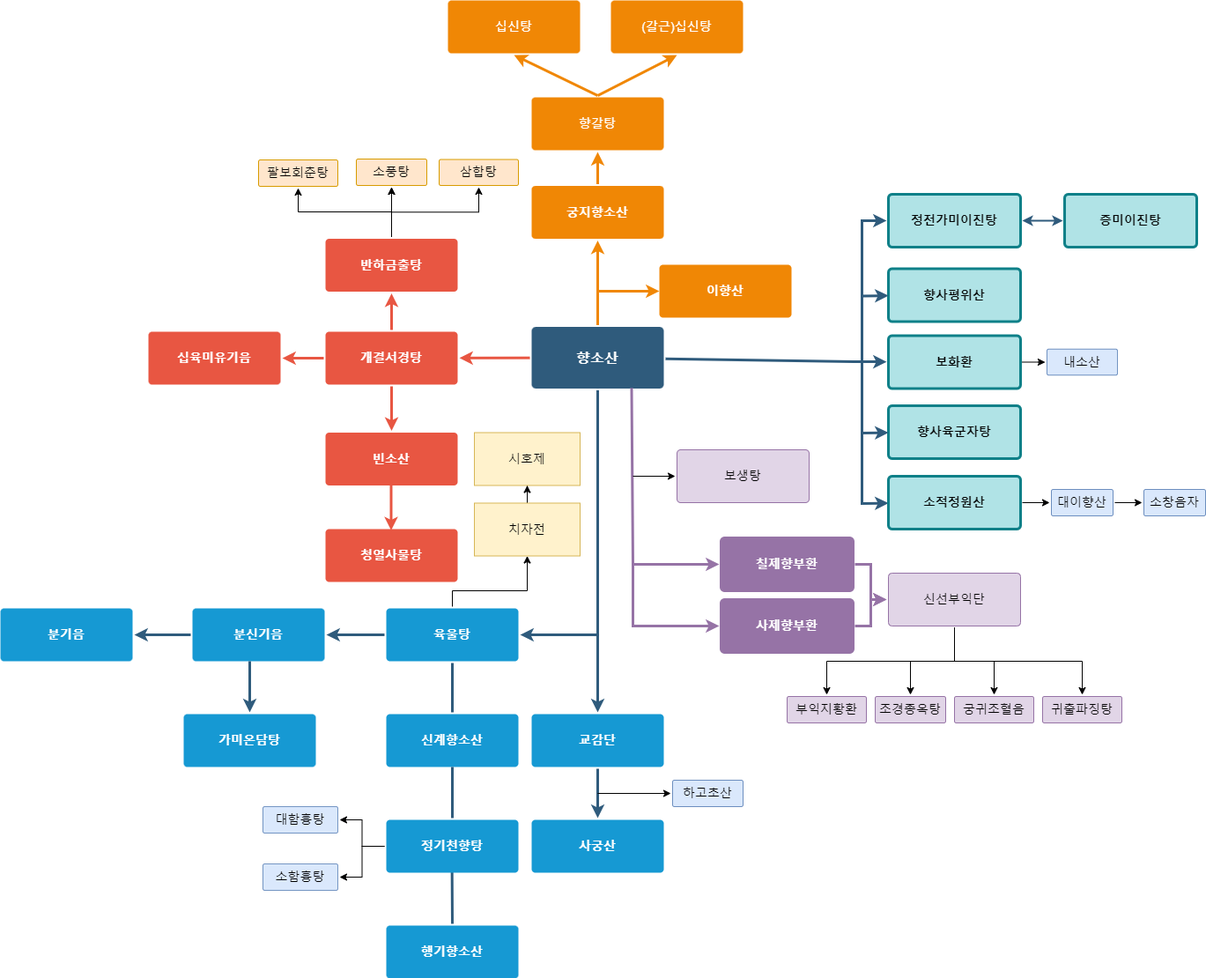
This is 향소산플로우차트.drawio.png from Jinzin71/sparta, a draw.io export, as it was before one commit. Source tidied: cells renumbered, new cells last; positions are measured from the earlier drawing's top-left corner, leaving out a move shared by most shapes.
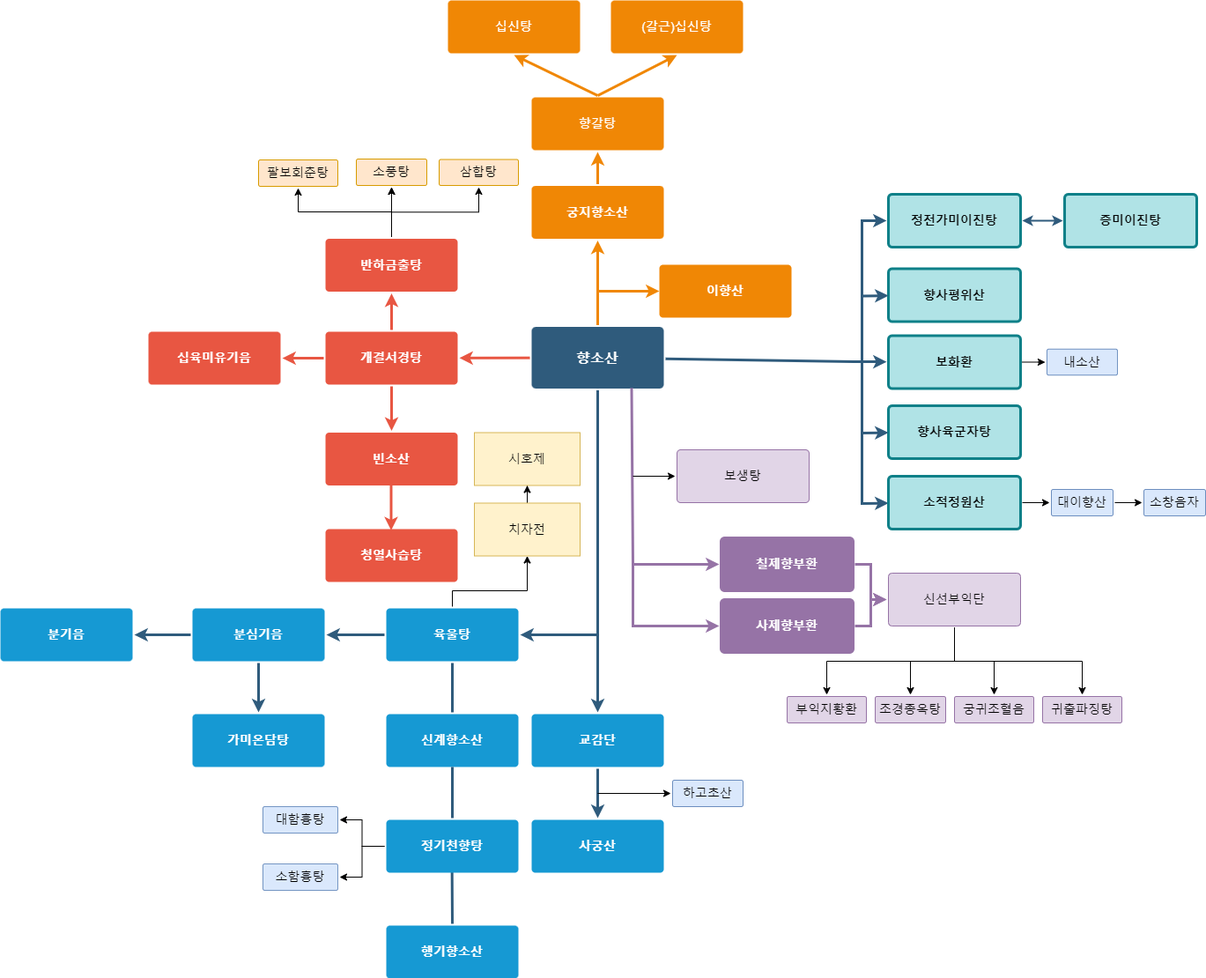
After the change.

Commit message:
향소산플로우차트.drawio.png 업데이트

What changed in the source:
```diff
@@ -203,7 +203,7 @@
     <mxCell id="54" value="사궁산" style="rounded=1;whiteSpace=wrap;html=1;shadow=0;labelBackgroundColor=none;strokeColor=none;strokeWidth=3;fillColor=#1699d3;fontFamily=Helvetica;fontSize=14;fontColor=#FFFFFF;align=center;spacing=5;fontStyle=1;arcSize=7;perimeterSpacing=2;" parent="1" vertex="1">
       <mxGeometry x="603" y="930" width="150" height="60" as="geometry" />
     </mxCell>
-    <mxCell id="55" value="분신기음" style="rounded=1;whiteSpace=wrap;html=1;shadow=0;labelBackgroundColor=none;strokeColor=none;strokeWidth=3;fillColor=#1699d3;fontFamily=Helvetica;fontSize=14;fontColor=#FFFFFF;align=center;spacing=5;fontStyle=1;arcSize=7;perimeterSpacing=2;" parent="1" vertex="1">
+    <mxCell id="55" value="분심기음" style="rounded=1;whiteSpace=wrap;html=1;shadow=0;labelBackgroundColor=none;strokeColor=none;strokeWidth=3;fillColor=#1699d3;fontFamily=Helvetica;fontSize=14;fontColor=#FFFFFF;align=center;spacing=5;fontStyle=1;arcSize=7;perimeterSpacing=2;" parent="1" vertex="1">
       <mxGeometry x="218" y="690" width="150" height="60" as="geometry" />
     </mxCell>
     <mxCell id="56" style="edgeStyle=none;rounded=0;jumpStyle=none;html=1;shadow=0;labelBackgroundColor=none;startArrow=none;startFill=0;endArrow=classic;endFill=1;jettySize=auto;strokeColor=#2F5B7C;strokeWidth=3;fontFamily=Helvetica;fontSize=14;fontColor=#FFFFFF;spacing=5;fillColor=#0050ef;entryX=1;entryY=0.5;entryDx=0;entryDy=0;exitX=0;exitY=0.5;exitDx=0;exitDy=0;" parent="1" edge="1" source="46" target="55">
@@ -216,12 +216,10 @@
       <mxGeometry relative="1" as="geometry" />
     </mxCell>
     <mxCell id="59" value="가미온담탕" style="rounded=1;whiteSpace=wrap;html=1;shadow=0;labelBackgroundColor=none;strokeColor=none;strokeWidth=3;fillColor=#1699d3;fontFamily=Helvetica;fontSize=14;fontColor=#FFFFFF;align=center;spacing=5;fontStyle=1;arcSize=7;perimeterSpacing=2;" parent="1" vertex="1">
-      <mxGeometry x="208" y="810" width="150" height="60" as="geometry" />
+      <mxGeometry x="218" y="810" width="150" height="60" as="geometry" />
     </mxCell>
-    <mxCell id="60" style="edgeStyle=none;rounded=0;jumpStyle=none;html=1;shadow=0;labelBackgroundColor=none;startArrow=none;startFill=0;endArrow=classic;endFill=1;jettySize=auto;strokeColor=#2F5B7C;strokeWidth=3;fontFamily=Helvetica;fontSize=14;fontColor=#FFFFFF;spacing=5;fillColor=#0050ef;entryX=0.5;entryY=0;entryDx=0;entryDy=0;" parent="1" edge="1" target="59">
-      <mxGeometry relative="1" as="geometry">
-        <mxPoint x="283" y="750" as="sourcePoint" />
-      </mxGeometry>
+    <mxCell id="60" style="edgeStyle=none;rounded=0;jumpStyle=none;html=1;shadow=0;labelBackgroundColor=none;startArrow=none;startFill=0;endArrow=classic;endFill=1;jettySize=auto;strokeColor=#2F5B7C;strokeWidth=3;fontFamily=Helvetica;fontSize=14;fontColor=#FFFFFF;spacing=5;fillColor=#0050ef;entryX=0.5;entryY=0;entryDx=0;entryDy=0;exitX=0.5;exitY=1;exitDx=0;exitDy=0;" parent="1" edge="1" source="55" target="59">
+      <mxGeometry relative="1" as="geometry" />
     </mxCell>
     <mxCell id="61" style="endArrow=classic;html=1;rounded=0;strokeWidth=3;strokeColor=#2F5B7C;entryX=0;entryY=0.5;entryDx=0;entryDy=0;" parent="1" edge="1" target="30">
       <mxGeometry relative="1" as="geometry">
@@ -265,7 +263,7 @@
         <mxPoint x="443.5" y="601.5" as="targetPoint" />
       </mxGeometry>
     </mxCell>
-    <mxCell id="66" value="청열사물탕" style="rounded=1;whiteSpace=wrap;html=1;shadow=0;labelBackgroundColor=none;strokeColor=none;strokeWidth=3;fillColor=#E85642;fontFamily=Helvetica;fontSize=14;fontColor=#FFFFFF;align=center;spacing=5;fontStyle=1;arcSize=7;perimeterSpacing=2;" parent="1" vertex="1">
+    <mxCell id="66" value="청열사습탕" style="rounded=1;whiteSpace=wrap;html=1;shadow=0;labelBackgroundColor=none;strokeColor=none;strokeWidth=3;fillColor=#E85642;fontFamily=Helvetica;fontSize=14;fontColor=#FFFFFF;align=center;spacing=5;fontStyle=1;arcSize=7;perimeterSpacing=2;" parent="1" vertex="1">
       <mxGeometry x="369" y="600" width="150" height="60" as="geometry" />
     </mxCell>
     <mxCell id="67" style="edgeStyle=orthogonalEdgeStyle;rounded=0;jettySize=auto;html=1;" parent="1" edge="1" source="68" target="69">
```
